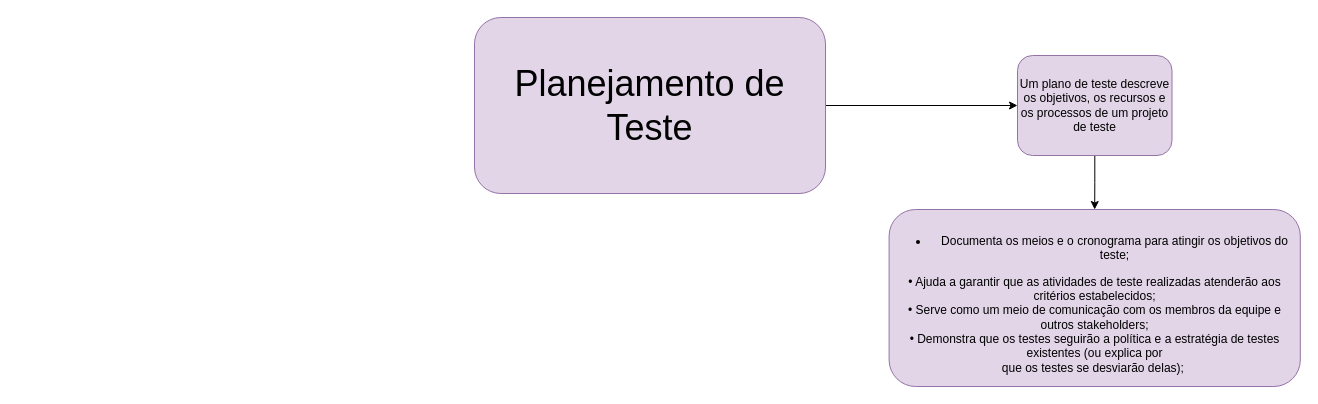
Above: capitulo5.drawio in Natalirodriguess/estudos (draw.io), before the change. Source tidied: cells renumbered, new cells numbered last; positions are measured from the earlier drawing's top-left corner, leaving out a move shared by most shapes. Both pictures are drawn from the tidied source at 100%, with x=0, y=0 at pixel (474, 17).
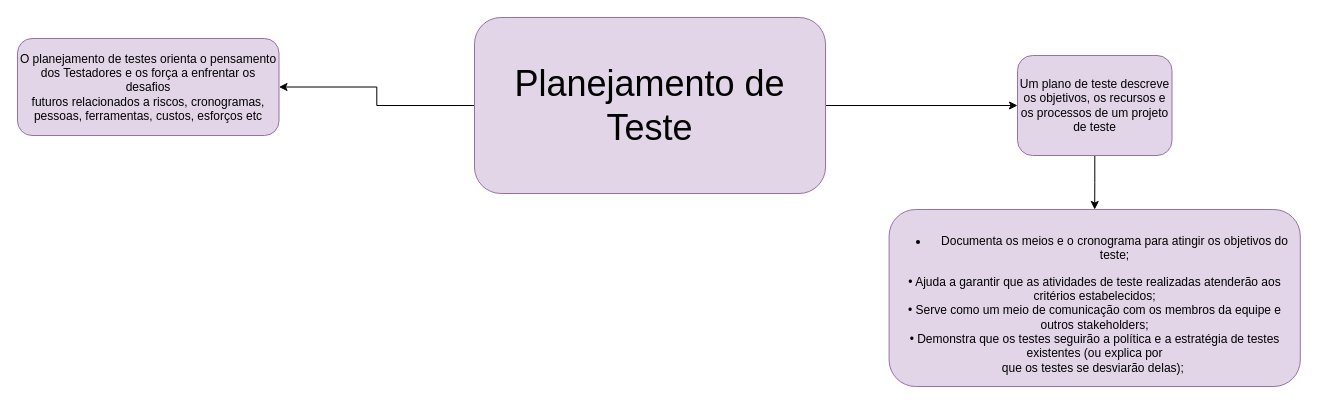
The same page after the edit.

What changed in the source:
```diff
@@
 <mxGraphModel>
   <root>
     <mxCell id="0" />
     <mxCell id="1" parent="0" />
     <mxCell id="2" style="edgeStyle=orthogonalEdgeStyle;rounded=0;jettySize=auto;html=1;" parent="1" edge="1" source="3" target="5">
       <mxGeometry relative="1" as="geometry" />
     </mxCell>
+    <mxCell id="7" style="edgeStyle=orthogonalEdgeStyle;rounded=0;jettySize=auto;html=1;" parent="1" edge="1" source="3" target="8">
+      <mxGeometry relative="1" as="geometry" />
+    </mxCell>
     <mxCell id="3" value="&lt;font style=&quot;font-size: 36px;&quot;&gt;Planejamento de Teste&lt;/font&gt;" style="rounded=1;whiteSpace=wrap;html=1;fillColor=#e1d5e7;strokeColor=#9673a6;" parent="1" vertex="1">
       <mxGeometry width="351" height="176" as="geometry" />
     </mxCell>
     <mxCell id="4" style="edgeStyle=orthogonalEdgeStyle;rounded=0;jettySize=auto;html=1;" parent="1" edge="1" source="5" target="6">
       <mxGeometry relative="1" as="geometry" />
     </mxCell>
     <mxCell id="5" value="Um plano de teste descreve os objetivos, os recursos e os processos de um projeto de teste" style="whiteSpace=wrap;html=1;fillColor=#e1d5e7;strokeColor=#9673a6;rounded=1;" parent="1" vertex="1">
       <mxGeometry x="543" y="38" width="154.5" height="100" as="geometry" />
     </mxCell>
     <mxCell id="6" value="&lt;ul&gt;&lt;li&gt;Documenta os meios e o cronograma para atingir os objetivos do teste;&lt;/li&gt;&lt;/ul&gt;• Ajuda a garantir que as atividades de teste realizadas atenderão aos critérios estabelecidos; &lt;br&gt;• Serve como um meio de comunicação com os membros da equipe e outros stakeholders; &lt;br&gt;• Demonstra que os testes seguirão a política e a estratégia de testes existentes (ou explica por &lt;br&gt;que os testes se desviarão delas);&amp;nbsp;" style="whiteSpace=wrap;html=1;fillColor=#e1d5e7;strokeColor=#9673a6;rounded=1;" parent="1" vertex="1">
       <mxGeometry x="414.6" y="192" width="411.2" height="177" as="geometry" />
     </mxCell>
+    <mxCell id="8" value="O planejamento de testes orienta o pensamento dos Testadores e os força a enfrentar os desafios &lt;br/&gt;futuros relacionados a riscos, cronogramas, pessoas, ferramentas, custos, esforços etc" style="whiteSpace=wrap;html=1;fillColor=#e1d5e7;strokeColor=#9673a6;rounded=1;" parent="1" vertex="1">
+      <mxGeometry x="-457" y="21" width="261.5" height="97" as="geometry" />
+    </mxCell>
   </root>
 </mxGraphModel>
```
